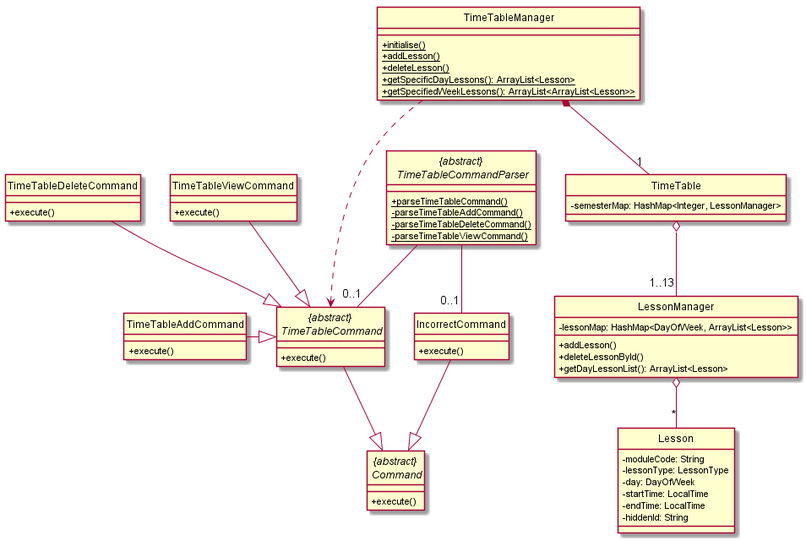
The PlantUML diagram docs/diagrams/TimeTableClassDiagram.png in wangqinNick/tp, before a commit.
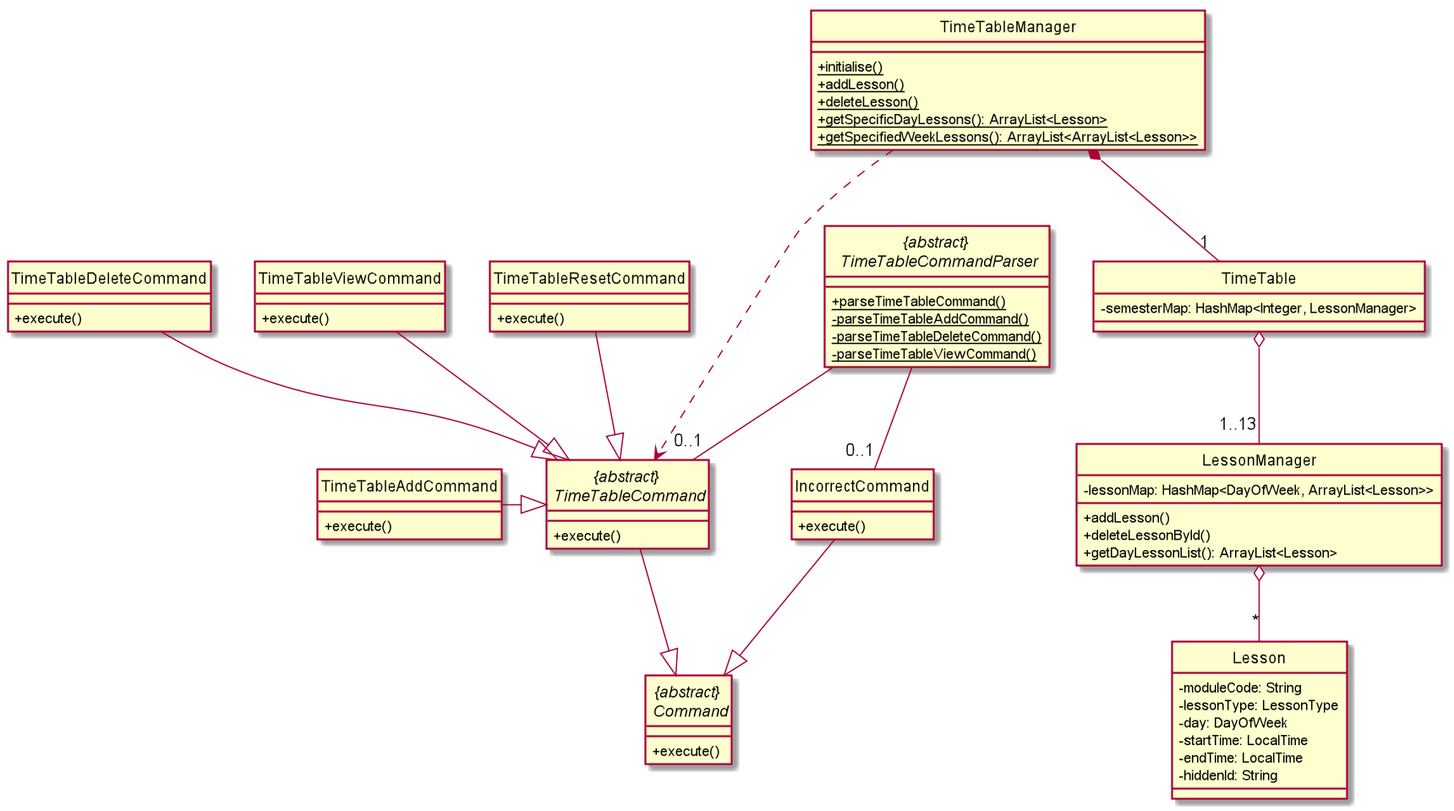
The same diagram one commit later.

The edit, as a diff of the source:
```diff
@@ -46,6 +46,10 @@
     + execute()
 }
 
+class TimeTableResetCommand {
+    + execute()
+}
+
 class IncorrectCommand {
     + execute()
 }
@@ -74,6 +78,8 @@
 TimeTableAddCommand -|> "{abstract} \n TimeTableCommand"
 TimeTableDeleteCommand --|> "{abstract} \n TimeTableCommand"
 TimeTableViewCommand --|> "{abstract} \n TimeTableCommand"
+TimeTableResetCommand --|> "{abstract} \n TimeTableCommand"
+
 TimeTableManager *-- "1" TimeTable
 TimeTable o-- "1..13" LessonManager
 LessonManager o-- "*" Lesson
```
